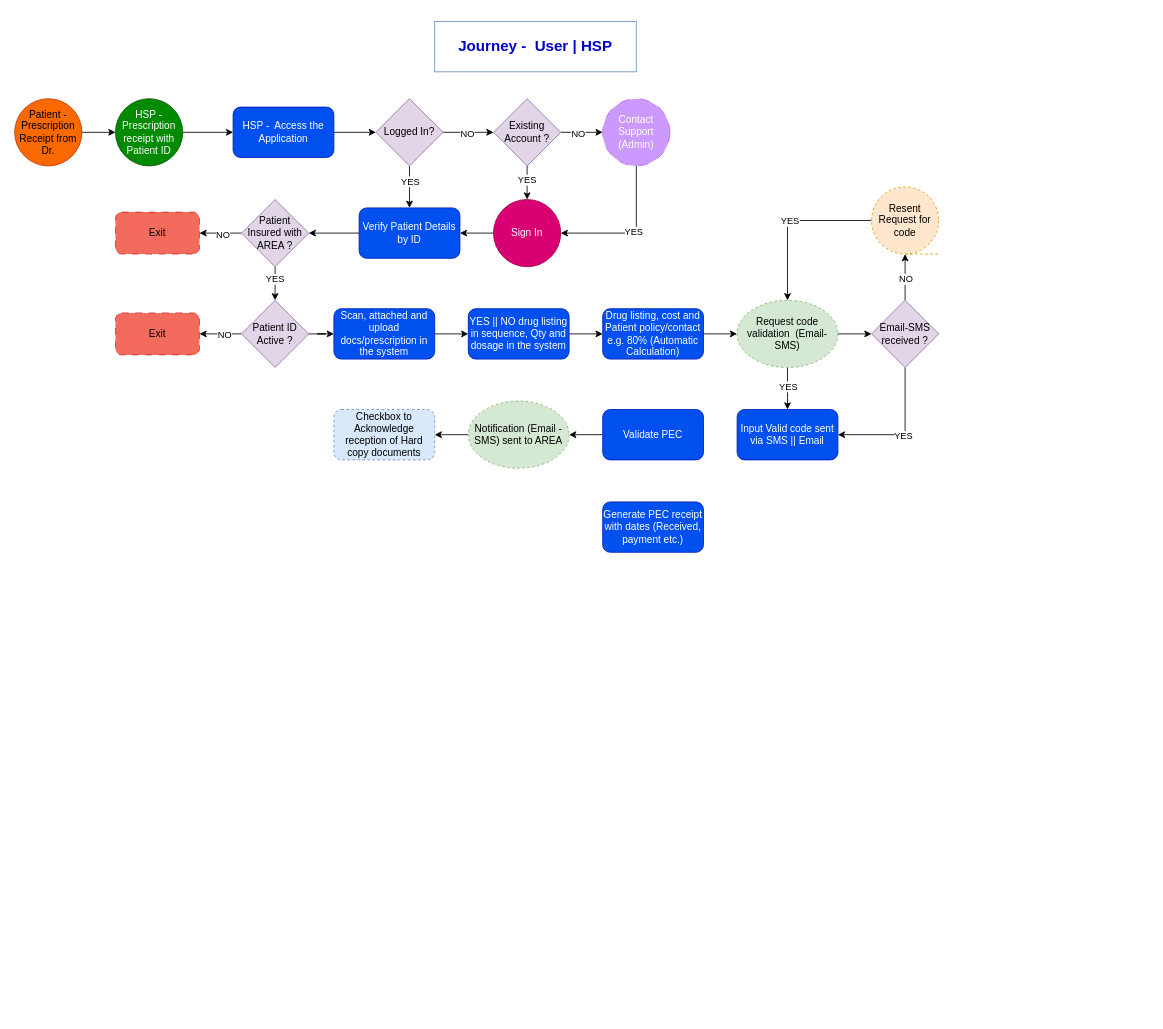
Earlier version of the draw.io diagram User John Doe Journey.drawio (dabiko/draw-io). Source tidied: cells renumbered, new cells numbered last; positions are measured from the earlier drawing's top-left corner, leaving out a move shared by most shapes. Both pictures are drawn from the tidied source at 84%, with x=0, y=0 at pixel (14, 21).
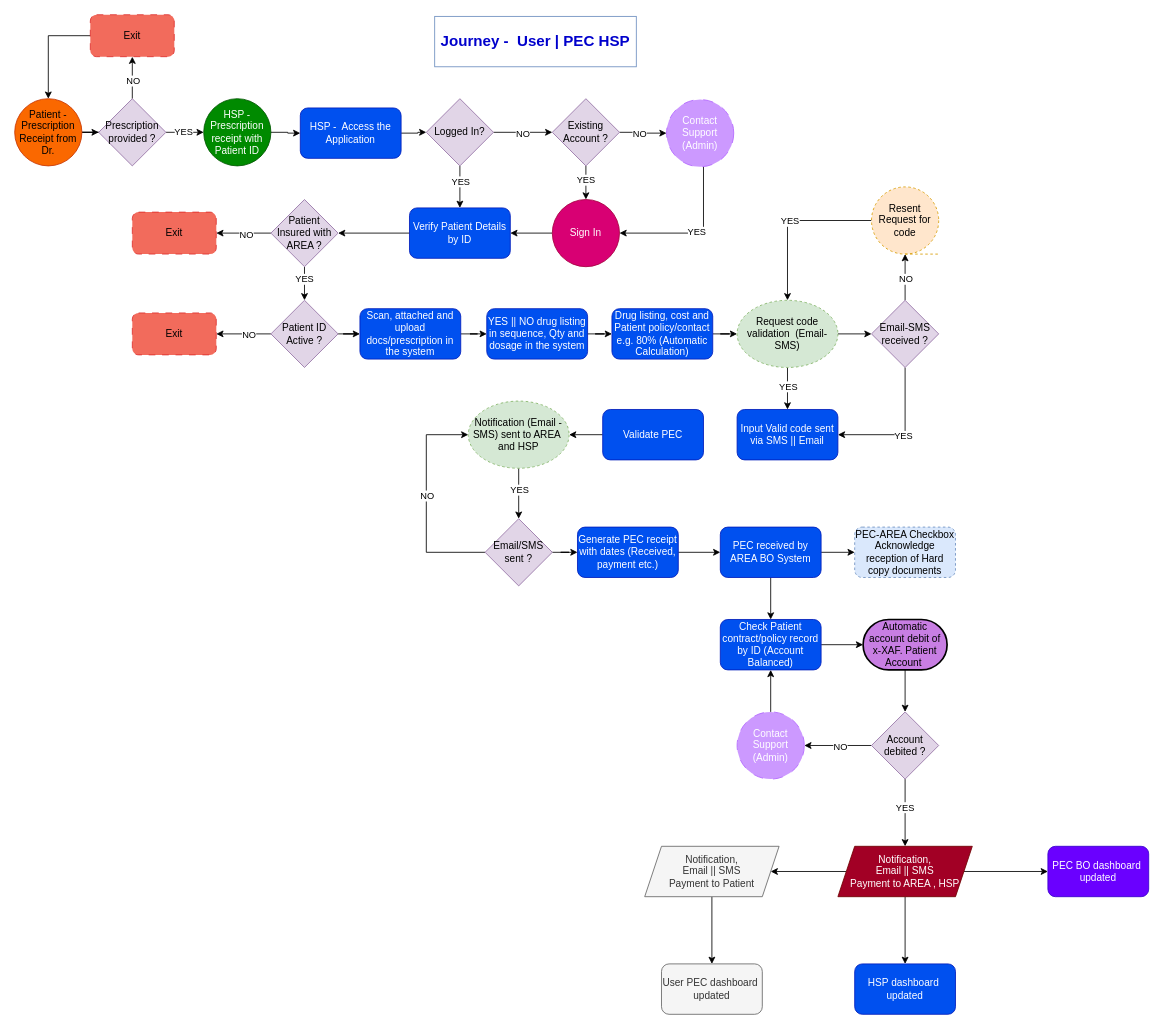
Above is the later version.

Unchanged cells that the change refers to:
```xml
<mxCell id="4" value="&lt;div style=&quot;&quot;&gt;&lt;span style=&quot;background-color: initial;&quot;&gt;Patient -&lt;/span&gt;&lt;/div&gt;&lt;div style=&quot;&quot;&gt;&lt;span style=&quot;background-color: initial;&quot;&gt;Prescription Receipt from Dr.&lt;br&gt;&lt;/span&gt;&lt;/div&gt;" style="ellipse;whiteSpace=wrap;html=1;fillColor=#fa6800;strokeColor=#C73500;fontColor=#000000;align=center;" parent="1" vertex="1">
  <mxGeometry y="92" width="80" height="80" as="geometry" />
</mxCell>
```

Diff of the diagram source:
```diff
@@
-    <mxCell id="2" value="&lt;b&gt;&lt;font style=&quot;font-size: 18px;&quot; color=&quot;#0000cc&quot;&gt;Journey -&amp;nbsp; User | HSP&lt;/font&gt;&lt;/b&gt;" style="text;html=1;align=center;verticalAlign=middle;whiteSpace=wrap;rounded=0;fillColor=none;strokeColor=#6c8ebf;" parent="1" vertex="1">
-      <mxGeometry x="500" width="240" height="60" as="geometry" />
+    <mxCell id="2" value="&lt;b&gt;&lt;font style=&quot;font-size: 18px;&quot; color=&quot;#0000cc&quot;&gt;Journey -&amp;nbsp; User | PEC HSP&lt;/font&gt;&lt;/b&gt;" style="text;html=1;align=center;verticalAlign=middle;whiteSpace=wrap;rounded=0;fillColor=none;strokeColor=#6c8ebf;" parent="1" vertex="1">
+      <mxGeometry x="500" y="-6" width="240" height="60" as="geometry" />
     </mxCell>
-    <mxCell id="3" style="edgeStyle=orthogonalEdgeStyle;rounded=0;jettySize=auto;html=1;" parent="1" edge="1" source="4" target="6">
-      <mxGeometry relative="1" as="geometry" />
-    </mxCell>
+    <mxCell id="62" style="edgeStyle=orthogonalEdgeStyle;rounded=0;jettySize=auto;html=1;" parent="1" edge="1" source="4" target="97">
+      <mxGeometry relative="1" as="geometry" />
+    </mxCell>
@@
     <mxCell id="6" value="HSP - Prescription receipt with Patient ID" style="ellipse;whiteSpace=wrap;html=1;fillColor=#008a00;strokeColor=#005700;fontColor=#ffffff;" parent="1" vertex="1">
-      <mxGeometry x="120" y="92" width="80" height="80" as="geometry" />
+      <mxGeometry x="225" y="92" width="80" height="80" as="geometry" />
     </mxCell>
@@
     <mxCell id="8" value="HSP -&amp;nbsp; Access the Application" style="rounded=1;whiteSpace=wrap;html=1;fillColor=#0050ef;fontColor=#ffffff;strokeColor=#001DBC;" parent="1" vertex="1">
-      <mxGeometry x="260" y="102" width="120" height="60" as="geometry" />
+      <mxGeometry x="340" y="103" width="120" height="60" as="geometry" />
     </mxCell>
@@
     <mxCell id="13" value="Existing Account ?" style="rhombus;whiteSpace=wrap;html=1;fillColor=#e1d5e7;strokeColor=#9673a6;" parent="1" vertex="1">
-      <mxGeometry x="570" y="92" width="80" height="80" as="geometry" />
+      <mxGeometry x="640" y="92" width="80" height="80" as="geometry" />
     </mxCell>
@@
     <mxCell id="18" value="Logged In?" style="rhombus;whiteSpace=wrap;html=1;fillColor=#e1d5e7;strokeColor=#9673a6;" parent="1" vertex="1">
-      <mxGeometry x="430" y="92" width="80" height="80" as="geometry" />
+      <mxGeometry x="490" y="92" width="80" height="80" as="geometry" />
     </mxCell>
     <mxCell id="19" style="edgeStyle=orthogonalEdgeStyle;rounded=0;jettySize=auto;html=1;entryX=1;entryY=0.5;entryDx=0;entryDy=0;" parent="1" edge="1" source="21" target="23">
       <mxGeometry relative="1" as="geometry">
         <Array as="points">
-          <mxPoint x="740" y="252" />
+          <mxPoint x="820" y="252" />
         </Array>
       </mxGeometry>
     </mxCell>
@@
     <mxCell id="21" value="Contact Support (Admin)" style="ellipse;whiteSpace=wrap;html=1;fillColor=#CC99FF;strokeColor=#B266FF;fontColor=#ffffff;dashed=1;dashPattern=12 12;" parent="1" vertex="1">
-      <mxGeometry x="700" y="92" width="80" height="80" as="geometry" />
+      <mxGeometry x="776" y="93" width="80" height="80" as="geometry" />
     </mxCell>
@@
     <mxCell id="23" value="Sign In" style="ellipse;whiteSpace=wrap;html=1;fillColor=#d80073;strokeColor=#A50040;fontColor=#ffffff;" parent="1" vertex="1">
-      <mxGeometry x="570" y="212" width="80" height="80" as="geometry" />
+      <mxGeometry x="640" y="212" width="80" height="80" as="geometry" />
     </mxCell>
@@
     <mxCell id="25" value="Verify Patient Details by ID" style="rounded=1;whiteSpace=wrap;html=1;fillColor=#0050ef;fontColor=#ffffff;strokeColor=#001DBC;" parent="1" vertex="1">
-      <mxGeometry x="410" y="222" width="120" height="60" as="geometry" />
+      <mxGeometry x="470" y="222" width="120" height="60" as="geometry" />
     </mxCell>
@@
     <mxCell id="30" value="Patient Insured with AREA ?" style="rhombus;whiteSpace=wrap;html=1;fillColor=#e1d5e7;strokeColor=#9673a6;" parent="1" vertex="1">
-      <mxGeometry x="270" y="212" width="80" height="80" as="geometry" />
+      <mxGeometry x="305" y="212" width="80" height="80" as="geometry" />
     </mxCell>
     <mxCell id="31" value="Exit" style="rounded=1;whiteSpace=wrap;html=1;fillColor=#ef4734;strokeColor=#D71515;dashed=1;dashPattern=8 8;fillStyle=solid;gradientColor=none;opacity=80;" parent="1" vertex="1">
-      <mxGeometry x="120" y="227" width="100" height="50" as="geometry" />
+      <mxGeometry x="140" y="227" width="100" height="50" as="geometry" />
     </mxCell>
@@
     <mxCell id="35" value="Patient ID Active ?" style="rhombus;whiteSpace=wrap;html=1;fillColor=#e1d5e7;strokeColor=#9673a6;" parent="1" vertex="1">
-      <mxGeometry x="270" y="332" width="80" height="80" as="geometry" />
+      <mxGeometry x="305" y="332" width="80" height="80" as="geometry" />
     </mxCell>
     <mxCell id="36" value="Exit" style="rounded=1;whiteSpace=wrap;html=1;fillColor=#ef4734;strokeColor=#D71515;dashed=1;dashPattern=8 8;fillStyle=solid;gradientColor=none;opacity=80;" parent="1" vertex="1">
-      <mxGeometry x="120" y="347" width="100" height="50" as="geometry" />
+      <mxGeometry x="140" y="347" width="100" height="50" as="geometry" />
     </mxCell>
@@
     <mxCell id="38" value="Scan, attached and upload docs/prescription in the system" style="rounded=1;whiteSpace=wrap;html=1;fillColor=#0050ef;fontColor=#ffffff;strokeColor=#001DBC;align=center;" parent="1" vertex="1">
-      <mxGeometry x="380" y="342" width="120" height="60" as="geometry" />
+      <mxGeometry x="411" y="342" width="120" height="60" as="geometry" />
     </mxCell>
@@
     <mxCell id="40" value="YES || NO drug listing in sequence, Qty and dosage in the system" style="rounded=1;whiteSpace=wrap;html=1;fillColor=#0050ef;fontColor=#ffffff;strokeColor=#001DBC;" parent="1" vertex="1">
-      <mxGeometry x="540" y="342" width="120" height="60" as="geometry" />
+      <mxGeometry x="562" y="342" width="120" height="60" as="geometry" />
     </mxCell>
@@
     <mxCell id="42" value="Drug listing, cost and Patient policy/contact e.g. 80% (Automatic Calculation)" style="rounded=1;whiteSpace=wrap;html=1;fillColor=#0050ef;fontColor=#ffffff;strokeColor=#001DBC;" parent="1" vertex="1">
-      <mxGeometry x="700" y="342" width="120" height="60" as="geometry" />
+      <mxGeometry x="711" y="342" width="120" height="60" as="geometry" />
     </mxCell>
@@
-    <mxCell id="58" value="Checkbox to Acknowledge reception of Hard copy documents" style="rounded=1;whiteSpace=wrap;html=1;fillColor=#dae8fc;strokeColor=#6c8ebf;dashed=1;" parent="1" vertex="1">
-      <mxGeometry x="380" y="462" width="120" height="60" as="geometry" />
+    <mxCell id="58" value="PEC-AREA Checkbox Acknowledge reception of Hard copy documents" style="rounded=1;whiteSpace=wrap;html=1;fillColor=#dae8fc;strokeColor=#6c8ebf;dashed=1;" parent="1" vertex="1">
+      <mxGeometry x="1000" y="602" width="120" height="60" as="geometry" />
     </mxCell>
+    <mxCell id="63" style="edgeStyle=orthogonalEdgeStyle;rounded=0;jettySize=auto;html=1;" parent="1" edge="1" source="59" target="72">
+      <mxGeometry relative="1" as="geometry" />
+    </mxCell>
     <mxCell id="59" value="Generate PEC receipt with dates (Received, payment etc.)" style="rounded=1;whiteSpace=wrap;html=1;fillColor=#0050ef;fontColor=#ffffff;strokeColor=#001DBC;" parent="1" vertex="1">
-      <mxGeometry x="700" y="572" width="120" height="60" as="geometry" />
+      <mxGeometry x="670" y="602" width="120" height="60" as="geometry" />
     </mxCell>
-    <mxCell id="60" style="edgeStyle=orthogonalEdgeStyle;rounded=0;jettySize=auto;html=1;" parent="1" edge="1" source="61" target="58">
-      <mxGeometry relative="1" as="geometry" />
-    </mxCell>
+    <mxCell id="64" style="edgeStyle=orthogonalEdgeStyle;rounded=0;jettySize=auto;html=1;" parent="1" edge="1" source="61" target="69">
+      <mxGeometry relative="1" as="geometry" />
+    </mxCell>
+    <mxCell id="65" value="YES" style="edgeLabel;html=1;align=center;verticalAlign=middle;" parent="64" vertex="1">
+      <mxGeometry x="-0.17" relative="1" as="geometry" />
+    </mxCell>
-    <mxCell id="61" value="Notification (Email -SMS) sent to AREA" style="ellipse;whiteSpace=wrap;html=1;fillColor=#d5e8d4;strokeColor=#82b366;dashed=1;" parent="1" vertex="1">
+    <mxCell id="61" value="Notification (Email -SMS) sent to AREA&amp;nbsp; and HSP" style="ellipse;whiteSpace=wrap;html=1;fillColor=#d5e8d4;strokeColor=#82b366;dashed=1;" parent="1" vertex="1">
       <mxGeometry x="540" y="452" width="120" height="80" as="geometry" />
     </mxCell>
+    <mxCell id="66" style="edgeStyle=orthogonalEdgeStyle;rounded=0;jettySize=auto;html=1;entryX=0;entryY=0.5;entryDx=0;entryDy=0;exitX=0;exitY=0.5;exitDx=0;exitDy=0;" parent="1" edge="1" source="69" target="61">
+      <mxGeometry relative="1" as="geometry">
+        <Array as="points">
+          <mxPoint x="490" y="632" />
+          <mxPoint x="490" y="492" />
+        </Array>
+      </mxGeometry>
+    </mxCell>
+    <mxCell id="67" value="NO" style="edgeLabel;html=1;align=center;verticalAlign=middle;" parent="66" vertex="1">
+      <mxGeometry x="0.06" relative="1" as="geometry" />
+    </mxCell>
+    <mxCell id="68" style="edgeStyle=orthogonalEdgeStyle;rounded=0;jettySize=auto;html=1;" parent="1" edge="1" source="69" target="59">
+      <mxGeometry relative="1" as="geometry" />
+    </mxCell>
+    <mxCell id="69" value="Email/SMS sent ?" style="rhombus;whiteSpace=wrap;html=1;fillColor=#e1d5e7;strokeColor=#9673a6;" parent="1" vertex="1">
+      <mxGeometry x="560" y="592" width="80" height="80" as="geometry" />
+    </mxCell>
+    <mxCell id="70" style="edgeStyle=orthogonalEdgeStyle;rounded=0;jettySize=auto;html=1;" parent="1" edge="1" source="72" target="58">
+      <mxGeometry relative="1" as="geometry" />
+    </mxCell>
+    <mxCell id="71" style="edgeStyle=orthogonalEdgeStyle;rounded=0;jettySize=auto;html=1;" parent="1" edge="1" source="72" target="74">
+      <mxGeometry relative="1" as="geometry" />
+    </mxCell>
+    <mxCell id="72" value="PEC received by AREA BO System" style="rounded=1;whiteSpace=wrap;html=1;fillColor=#0050ef;fontColor=#ffffff;strokeColor=#001DBC;" parent="1" vertex="1">
+      <mxGeometry x="840" y="602" width="120" height="60" as="geometry" />
+    </mxCell>
+    <mxCell id="73" style="edgeStyle=orthogonalEdgeStyle;rounded=0;jettySize=auto;html=1;" parent="1" edge="1" source="74" target="76">
+      <mxGeometry relative="1" as="geometry" />
+    </mxCell>
+    <mxCell id="74" value="Check Patient contract/policy record by ID (Account Balanced)" style="rounded=1;whiteSpace=wrap;html=1;fillColor=#0050ef;fontColor=#ffffff;strokeColor=#001DBC;" parent="1" vertex="1">
+      <mxGeometry x="840" y="712" width="120" height="60" as="geometry" />
+    </mxCell>
+    <mxCell id="75" style="edgeStyle=orthogonalEdgeStyle;rounded=0;jettySize=auto;html=1;" parent="1" edge="1" source="76" target="85">
+      <mxGeometry relative="1" as="geometry" />
+    </mxCell>
+    <mxCell id="76" value="Automatic account debit of x-XAF. Patient Account&amp;nbsp;" style="strokeWidth=2;html=1;shape=mxgraph.flowchart.terminator;whiteSpace=wrap;fillColor=#c87ee3;" parent="1" vertex="1">
+      <mxGeometry x="1010" y="712" width="100" height="60" as="geometry" />
+    </mxCell>
+    <mxCell id="77" style="edgeStyle=orthogonalEdgeStyle;rounded=0;jettySize=auto;html=1;" parent="1" edge="1" source="80" target="91">
+      <mxGeometry relative="1" as="geometry" />
+    </mxCell>
+    <mxCell id="78" style="edgeStyle=orthogonalEdgeStyle;rounded=0;jettySize=auto;html=1;" parent="1" edge="1" source="80" target="92">
+      <mxGeometry relative="1" as="geometry" />
+    </mxCell>
+    <mxCell id="79" style="edgeStyle=orthogonalEdgeStyle;rounded=0;jettySize=auto;html=1;" parent="1" edge="1" source="80" target="89">
+      <mxGeometry relative="1" as="geometry" />
+    </mxCell>
+    <mxCell id="80" value="Notification, &lt;br&gt;Email || SMS &lt;br&gt;Payment to AREA , HSP" style="shape=parallelogram;perimeter=parallelogramPerimeter;whiteSpace=wrap;html=1;fixedSize=1;fillColor=#a20025;fontColor=#ffffff;strokeColor=#6F0000;" parent="1" vertex="1">
+      <mxGeometry x="980" y="982" width="160" height="60" as="geometry" />
+    </mxCell>
+    <mxCell id="81" style="edgeStyle=orthogonalEdgeStyle;rounded=0;jettySize=auto;html=1;" parent="1" edge="1" source="85" target="87">
+      <mxGeometry relative="1" as="geometry" />
+    </mxCell>
+    <mxCell id="82" value="NO" style="edgeLabel;html=1;align=center;verticalAlign=middle;" parent="81" vertex="1">
+      <mxGeometry x="-0.24" y="1" relative="1" as="geometry">
+        <mxPoint x="-8" as="offset" />
+      </mxGeometry>
+    </mxCell>
+    <mxCell id="83" style="edgeStyle=orthogonalEdgeStyle;rounded=0;jettySize=auto;html=1;" parent="1" edge="1" source="85" target="80">
+      <mxGeometry relative="1" as="geometry" />
+    </mxCell>
+    <mxCell id="84" value="YES" style="edgeLabel;html=1;align=center;verticalAlign=middle;" parent="83" vertex="1">
+      <mxGeometry x="-0.17" y="2" relative="1" as="geometry">
+        <mxPoint x="-3" as="offset" />
+      </mxGeometry>
+    </mxCell>
+    <mxCell id="85" value="Account debited ?" style="rhombus;whiteSpace=wrap;html=1;fillColor=#e1d5e7;strokeColor=#9673a6;" parent="1" vertex="1">
+      <mxGeometry x="1020" y="822" width="80" height="80" as="geometry" />
+    </mxCell>
+    <mxCell id="86" style="edgeStyle=orthogonalEdgeStyle;rounded=0;jettySize=auto;html=1;" parent="1" edge="1" source="87" target="74">
+      <mxGeometry relative="1" as="geometry" />
+    </mxCell>
+    <mxCell id="87" value="Contact Support (Admin)" style="ellipse;whiteSpace=wrap;html=1;fillColor=#CC99FF;strokeColor=#B266FF;fontColor=#ffffff;dashed=1;dashPattern=12 12;" parent="1" vertex="1">
+      <mxGeometry x="860" y="822" width="80" height="80" as="geometry" />
+    </mxCell>
+    <mxCell id="88" value="User PEC dashboard&amp;nbsp; updated" style="rounded=1;whiteSpace=wrap;html=1;fillColor=#f5f5f5;fontColor=#333333;strokeColor=#666666;" parent="1" vertex="1">
+      <mxGeometry x="770" y="1122" width="120" height="60" as="geometry" />
+    </mxCell>
+    <mxCell id="89" value="HSP dashboard&amp;nbsp; updated" style="rounded=1;whiteSpace=wrap;html=1;fillColor=#0050ef;fontColor=#ffffff;strokeColor=#001DBC;" parent="1" vertex="1">
+      <mxGeometry x="1000" y="1122" width="120" height="60" as="geometry" />
+    </mxCell>
+    <mxCell id="90" style="edgeStyle=orthogonalEdgeStyle;rounded=0;jettySize=auto;html=1;" parent="1" edge="1" source="91" target="88">
+      <mxGeometry relative="1" as="geometry" />
+    </mxCell>
+    <mxCell id="91" value="Notification, &lt;br&gt;Email || SMS &lt;br&gt;Payment to Patient" style="shape=parallelogram;perimeter=parallelogramPerimeter;whiteSpace=wrap;html=1;fixedSize=1;fillColor=#f5f5f5;strokeColor=#666666;fontColor=#333333;" parent="1" vertex="1">
+      <mxGeometry x="750" y="982" width="160" height="60" as="geometry" />
+    </mxCell>
+    <mxCell id="92" value="PEC BO dashboard&amp;nbsp; updated" style="rounded=1;whiteSpace=wrap;html=1;fillColor=#6a00ff;fontColor=#ffffff;strokeColor=#3700CC;" parent="1" vertex="1">
+      <mxGeometry x="1230" y="982" width="120" height="60" as="geometry" />
+    </mxCell>
+    <mxCell id="93" style="edgeStyle=orthogonalEdgeStyle;rounded=0;jettySize=auto;html=1;" parent="1" edge="1" source="97" target="99">
+      <mxGeometry relative="1" as="geometry" />
+    </mxCell>
+    <mxCell id="94" value="NO" style="edgeLabel;html=1;align=center;verticalAlign=middle;" parent="93" vertex="1">
+      <mxGeometry x="-0.14" relative="1" as="geometry" />
+    </mxCell>
+    <mxCell id="95" style="edgeStyle=orthogonalEdgeStyle;rounded=0;jettySize=auto;html=1;" parent="1" edge="1" source="97" target="6">
+      <mxGeometry relative="1" as="geometry" />
+    </mxCell>
+    <mxCell id="96" value="YES" style="edgeLabel;html=1;align=center;verticalAlign=middle;" parent="95" vertex="1">
+      <mxGeometry x="-0.13" y="1" relative="1" as="geometry" />
+    </mxCell>
+    <mxCell id="97" value="Prescription provided ?" style="rhombus;whiteSpace=wrap;html=1;fillColor=#e1d5e7;strokeColor=#9673a6;" parent="1" vertex="1">
+      <mxGeometry x="100" y="92" width="80" height="80" as="geometry" />
+    </mxCell>
+    <mxCell id="98" style="edgeStyle=orthogonalEdgeStyle;rounded=0;jettySize=auto;html=1;entryX=0.5;entryY=0;entryDx=0;entryDy=0;" parent="1" edge="1" source="99" target="4">
+      <mxGeometry relative="1" as="geometry" />
+    </mxCell>
+    <mxCell id="99" value="Exit" style="rounded=1;whiteSpace=wrap;html=1;fillColor=#ef4734;strokeColor=#D71515;dashed=1;dashPattern=8 8;fillStyle=solid;gradientColor=none;opacity=80;" parent="1" vertex="1">
+      <mxGeometry x="90" y="-8" width="100" height="50" as="geometry" />
+    </mxCell>
```
